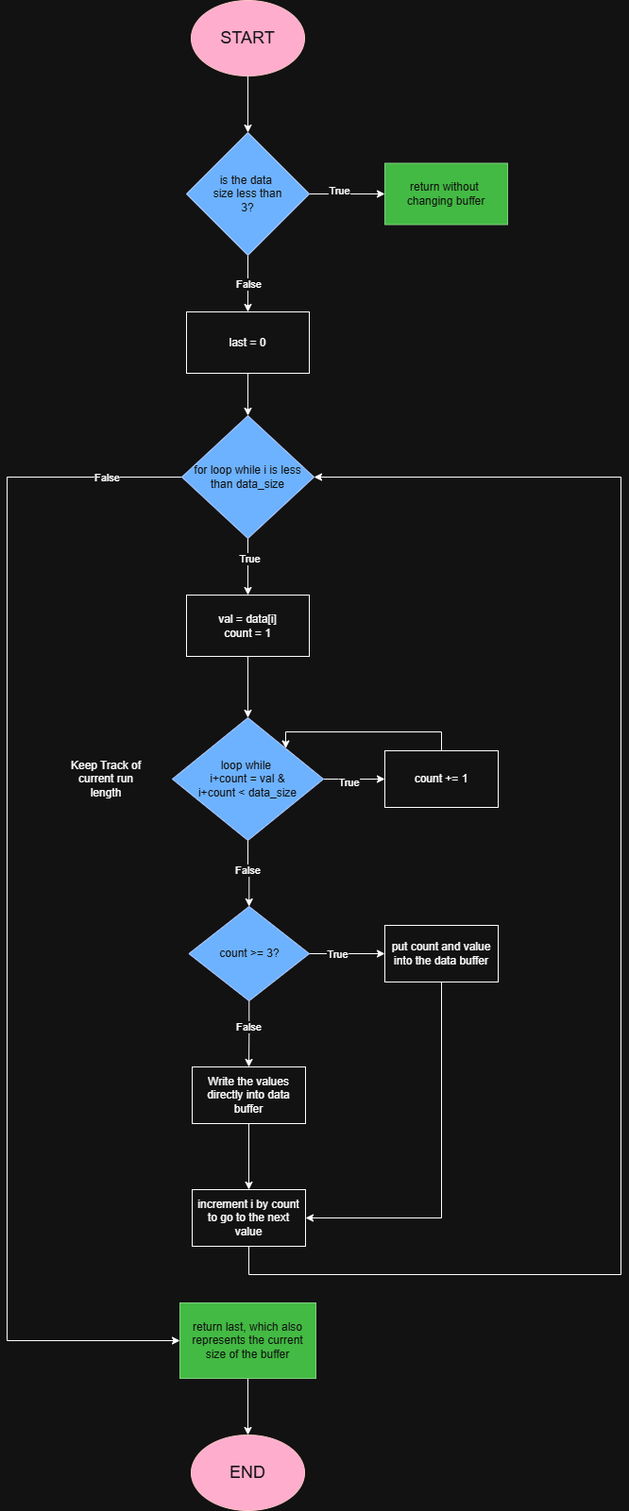
Earlier version of the draw.io export doc/compression_garmin.drawio.png (Captiosus510/compression_garmin). Source tidied: cells renumbered, new cells last; positions are measured from the earlier drawing's top-left corner, leaving out a move shared by most shapes. Its diagram source:
```xml
<mxGraphModel>
  <root>
    <mxCell id="0" />
    <mxCell id="1" parent="0" />
    <mxCell id="2" style="edgeStyle=orthogonalEdgeStyle;rounded=0;jettySize=auto;html=1;exitX=0.5;exitY=1;exitDx=0;exitDy=0;entryX=0.5;entryY=0;entryDx=0;entryDy=0;" parent="1" edge="1" source="3" target="10">
      <mxGeometry relative="1" as="geometry" />
    </mxCell>
    <mxCell id="3" value="&lt;font style=&quot;font-size: 18px;&quot;&gt;START&lt;/font&gt;" style="ellipse;whiteSpace=wrap;html=1;fillColor=#a20025;fontColor=#ffffff;strokeColor=#6F0000;" parent="1" vertex="1">
      <mxGeometry x="195" width="120" height="80" as="geometry" />
    </mxCell>
    <mxCell id="4" style="edgeStyle=orthogonalEdgeStyle;rounded=0;jettySize=auto;html=1;exitX=1;exitY=0.5;exitDx=0;exitDy=0;entryX=0;entryY=0.5;entryDx=0;entryDy=0;" parent="1" edge="1" source="10" target="11">
      <mxGeometry relative="1" as="geometry" />
    </mxCell>
    <mxCell id="5" value="True" style="edgeLabel;html=1;align=center;verticalAlign=middle;" parent="4" vertex="1">
      <mxGeometry x="-0.22" y="4" relative="1" as="geometry" />
    </mxCell>
    <mxCell id="6" style="edgeStyle=orthogonalEdgeStyle;rounded=0;jettySize=auto;html=1;exitX=0.5;exitY=1;exitDx=0;exitDy=0;entryX=0.5;entryY=0;entryDx=0;entryDy=0;" parent="1" edge="1" source="10" target="23">
      <mxGeometry relative="1" as="geometry" />
    </mxCell>
    <mxCell id="7" value="False" style="edgeLabel;html=1;align=center;verticalAlign=middle;" parent="6" vertex="1">
      <mxGeometry x="-0.35" y="-4" relative="1" as="geometry">
        <mxPoint x="4" y="11" as="offset" />
      </mxGeometry>
    </mxCell>
    <mxCell id="8" style="edgeStyle=orthogonalEdgeStyle;rounded=0;jettySize=auto;html=1;exitX=0;exitY=0.5;exitDx=0;exitDy=0;entryX=0;entryY=0.5;entryDx=0;entryDy=0;" parent="1" edge="1" source="14" target="39">
      <mxGeometry relative="1" as="geometry">
        <Array as="points">
          <mxPoint y="505" />
          <mxPoint y="1420" />
        </Array>
      </mxGeometry>
    </mxCell>
    <mxCell id="9" value="False" style="edgeLabel;html=1;align=center;verticalAlign=middle;" parent="8" vertex="1">
      <mxGeometry x="-0.9" y="-3" relative="1" as="geometry">
        <mxPoint x="-14" y="3" as="offset" />
      </mxGeometry>
    </mxCell>
    <mxCell id="10" value="is the data&amp;nbsp;&lt;br&gt;size less than&lt;br&gt;3?" style="rhombus;whiteSpace=wrap;html=1;fillColor=#0050ef;fontColor=#ffffff;strokeColor=#001DBC;" parent="1" vertex="1">
      <mxGeometry x="190" y="140" width="130" height="130" as="geometry" />
    </mxCell>
    <mxCell id="11" value="return without&amp;nbsp;&lt;br&gt;changing buffer" style="rounded=0;whiteSpace=wrap;html=1;fillColor=#008a00;fontColor=#ffffff;strokeColor=#005700;" parent="1" vertex="1">
      <mxGeometry x="400" y="172.5" width="130" height="65" as="geometry" />
    </mxCell>
    <mxCell id="12" style="edgeStyle=orthogonalEdgeStyle;rounded=0;jettySize=auto;html=1;exitX=0.5;exitY=1;exitDx=0;exitDy=0;entryX=0.5;entryY=0;entryDx=0;entryDy=0;" parent="1" edge="1" source="14" target="16">
      <mxGeometry relative="1" as="geometry" />
    </mxCell>
    <mxCell id="13" value="True" style="edgeLabel;html=1;align=center;verticalAlign=middle;" parent="12" vertex="1">
      <mxGeometry x="-0.29" y="1" relative="1" as="geometry" />
    </mxCell>
    <mxCell id="14" value="for loop while i is less than data_size" style="rhombus;whiteSpace=wrap;html=1;fillColor=#0050ef;fontColor=#ffffff;strokeColor=#001DBC;" parent="1" vertex="1">
      <mxGeometry x="185" y="440" width="140" height="130" as="geometry" />
    </mxCell>
    <mxCell id="15" style="edgeStyle=orthogonalEdgeStyle;rounded=0;jettySize=auto;html=1;exitX=0.5;exitY=1;exitDx=0;exitDy=0;entryX=0.5;entryY=0;entryDx=0;entryDy=0;" parent="1" edge="1" source="16" target="21">
      <mxGeometry relative="1" as="geometry" />
    </mxCell>
    <mxCell id="16" value="val = data[i]&lt;div&gt;count = 1&lt;/div&gt;" style="rounded=0;whiteSpace=wrap;html=1;" parent="1" vertex="1">
      <mxGeometry x="190" y="630" width="130" height="65" as="geometry" />
    </mxCell>
    <mxCell id="17" style="edgeStyle=orthogonalEdgeStyle;rounded=0;jettySize=auto;html=1;exitX=1;exitY=0.5;exitDx=0;exitDy=0;entryX=0;entryY=0.5;entryDx=0;entryDy=0;" parent="1" edge="1" source="21" target="25">
      <mxGeometry relative="1" as="geometry" />
    </mxCell>
    <mxCell id="18" value="True" style="edgeLabel;html=1;align=center;verticalAlign=middle;" parent="17" vertex="1">
      <mxGeometry x="-0.19" y="-3" relative="1" as="geometry" />
    </mxCell>
    <mxCell id="19" style="edgeStyle=orthogonalEdgeStyle;rounded=0;jettySize=auto;html=1;exitX=0.5;exitY=1;exitDx=0;exitDy=0;entryX=0.5;entryY=0;entryDx=0;entryDy=0;" parent="1" edge="1" source="21" target="31">
      <mxGeometry relative="1" as="geometry" />
    </mxCell>
    <mxCell id="20" value="False" style="edgeLabel;html=1;align=center;verticalAlign=middle;" parent="19" vertex="1">
      <mxGeometry x="-0.13" y="-1" relative="1" as="geometry" />
    </mxCell>
    <mxCell id="21" value="loop while&amp;nbsp;&lt;div&gt;i+count = val &amp;amp;&lt;/div&gt;&lt;div&gt;i+count &amp;lt; data_size&lt;/div&gt;" style="rhombus;whiteSpace=wrap;html=1;fillColor=#0050ef;fontColor=#ffffff;strokeColor=#001DBC;" parent="1" vertex="1">
      <mxGeometry x="175" y="760" width="160" height="130" as="geometry" />
    </mxCell>
    <mxCell id="22" style="edgeStyle=orthogonalEdgeStyle;rounded=0;jettySize=auto;html=1;exitX=0.5;exitY=1;exitDx=0;exitDy=0;entryX=0.5;entryY=0;entryDx=0;entryDy=0;" parent="1" edge="1" source="23" target="14">
      <mxGeometry relative="1" as="geometry" />
    </mxCell>
    <mxCell id="23" value="last = 0" style="rounded=0;whiteSpace=wrap;html=1;" parent="1" vertex="1">
      <mxGeometry x="190" y="330" width="130" height="65" as="geometry" />
    </mxCell>
    <mxCell id="24" style="edgeStyle=orthogonalEdgeStyle;rounded=0;jettySize=auto;html=1;exitX=0.5;exitY=0;exitDx=0;exitDy=0;entryX=1;entryY=0;entryDx=0;entryDy=0;" parent="1" edge="1" source="25" target="21">
      <mxGeometry relative="1" as="geometry">
        <Array as="points">
          <mxPoint x="460" y="775" />
          <mxPoint x="295" y="775" />
        </Array>
      </mxGeometry>
    </mxCell>
    <mxCell id="25" value="count += 1" style="rounded=0;whiteSpace=wrap;html=1;" parent="1" vertex="1">
      <mxGeometry x="400" y="795" width="120" height="60" as="geometry" />
    </mxCell>
    <mxCell id="26" value="Keep Track of current run length" style="text;html=1;whiteSpace=wrap;strokeColor=none;fillColor=none;align=center;verticalAlign=middle;rounded=0;" parent="1" vertex="1">
      <mxGeometry x="60" y="785" width="90" height="80" as="geometry" />
    </mxCell>
    <mxCell id="27" style="edgeStyle=orthogonalEdgeStyle;rounded=0;jettySize=auto;html=1;exitX=1;exitY=0.5;exitDx=0;exitDy=0;entryX=0;entryY=0.5;entryDx=0;entryDy=0;" parent="1" edge="1" source="31" target="33">
      <mxGeometry relative="1" as="geometry" />
    </mxCell>
    <mxCell id="28" value="True" style="edgeLabel;html=1;align=center;verticalAlign=middle;" parent="27" vertex="1">
      <mxGeometry x="-0.27" relative="1" as="geometry" />
    </mxCell>
    <mxCell id="29" style="edgeStyle=orthogonalEdgeStyle;rounded=0;jettySize=auto;html=1;exitX=0.5;exitY=1;exitDx=0;exitDy=0;entryX=0.5;entryY=0;entryDx=0;entryDy=0;" parent="1" edge="1" source="31" target="35">
      <mxGeometry relative="1" as="geometry" />
    </mxCell>
    <mxCell id="30" value="False" style="edgeLabel;html=1;align=center;verticalAlign=middle;" parent="29" vertex="1">
      <mxGeometry x="-0.22" y="-1" relative="1" as="geometry" />
    </mxCell>
    <mxCell id="31" value="count &amp;gt;= 3?" style="rhombus;whiteSpace=wrap;html=1;fillColor=#0050ef;fontColor=#ffffff;strokeColor=#001DBC;" parent="1" vertex="1">
      <mxGeometry x="192.5" y="960" width="127.5" height="100" as="geometry" />
    </mxCell>
    <mxCell id="32" style="edgeStyle=orthogonalEdgeStyle;rounded=0;jettySize=auto;html=1;exitX=0.5;exitY=1;exitDx=0;exitDy=0;entryX=1;entryY=0.5;entryDx=0;entryDy=0;" parent="1" edge="1" source="33" target="37">
      <mxGeometry relative="1" as="geometry" />
    </mxCell>
    <mxCell id="33" value="put count and value into the data buffer" style="rounded=0;whiteSpace=wrap;html=1;" parent="1" vertex="1">
      <mxGeometry x="400" y="980" width="120" height="60" as="geometry" />
    </mxCell>
    <mxCell id="34" style="edgeStyle=orthogonalEdgeStyle;rounded=0;jettySize=auto;html=1;exitX=0.5;exitY=1;exitDx=0;exitDy=0;entryX=0.5;entryY=0;entryDx=0;entryDy=0;" parent="1" edge="1" source="35" target="37">
      <mxGeometry relative="1" as="geometry" />
    </mxCell>
    <mxCell id="35" value="Write the values directly into data buffer" style="rounded=0;whiteSpace=wrap;html=1;" parent="1" vertex="1">
      <mxGeometry x="196" y="1130" width="120" height="60" as="geometry" />
    </mxCell>
    <mxCell id="36" style="edgeStyle=orthogonalEdgeStyle;rounded=0;jettySize=auto;html=1;exitX=0.5;exitY=1;exitDx=0;exitDy=0;entryX=1;entryY=0.5;entryDx=0;entryDy=0;" parent="1" edge="1" source="37" target="14">
      <mxGeometry relative="1" as="geometry">
        <Array as="points">
          <mxPoint x="256" y="1350" />
          <mxPoint x="650" y="1350" />
          <mxPoint x="650" y="505" />
        </Array>
      </mxGeometry>
    </mxCell>
    <mxCell id="37" value="increment i by count to go to the next value" style="rounded=0;whiteSpace=wrap;html=1;" parent="1" vertex="1">
      <mxGeometry x="196" y="1260" width="120" height="60" as="geometry" />
    </mxCell>
    <mxCell id="38" style="edgeStyle=orthogonalEdgeStyle;rounded=0;jettySize=auto;html=1;exitX=0.5;exitY=1;exitDx=0;exitDy=0;entryX=0.5;entryY=0;entryDx=0;entryDy=0;" parent="1" edge="1" source="39" target="40">
      <mxGeometry relative="1" as="geometry" />
    </mxCell>
    <mxCell id="39" value="return last, which also represents the current size of the buffer" style="rounded=0;whiteSpace=wrap;html=1;fillColor=#008a00;fontColor=#ffffff;strokeColor=#005700;" parent="1" vertex="1">
      <mxGeometry x="183" y="1380" width="144" height="80" as="geometry" />
    </mxCell>
    <mxCell id="40" value="&lt;font style=&quot;font-size: 18px;&quot;&gt;END&lt;/font&gt;" style="ellipse;whiteSpace=wrap;html=1;fillColor=#a20025;fontColor=#ffffff;strokeColor=#6F0000;" parent="1" vertex="1">
      <mxGeometry x="195" y="1520" width="120" height="80" as="geometry" />
    </mxCell>
  </root>
</mxGraphModel>
```
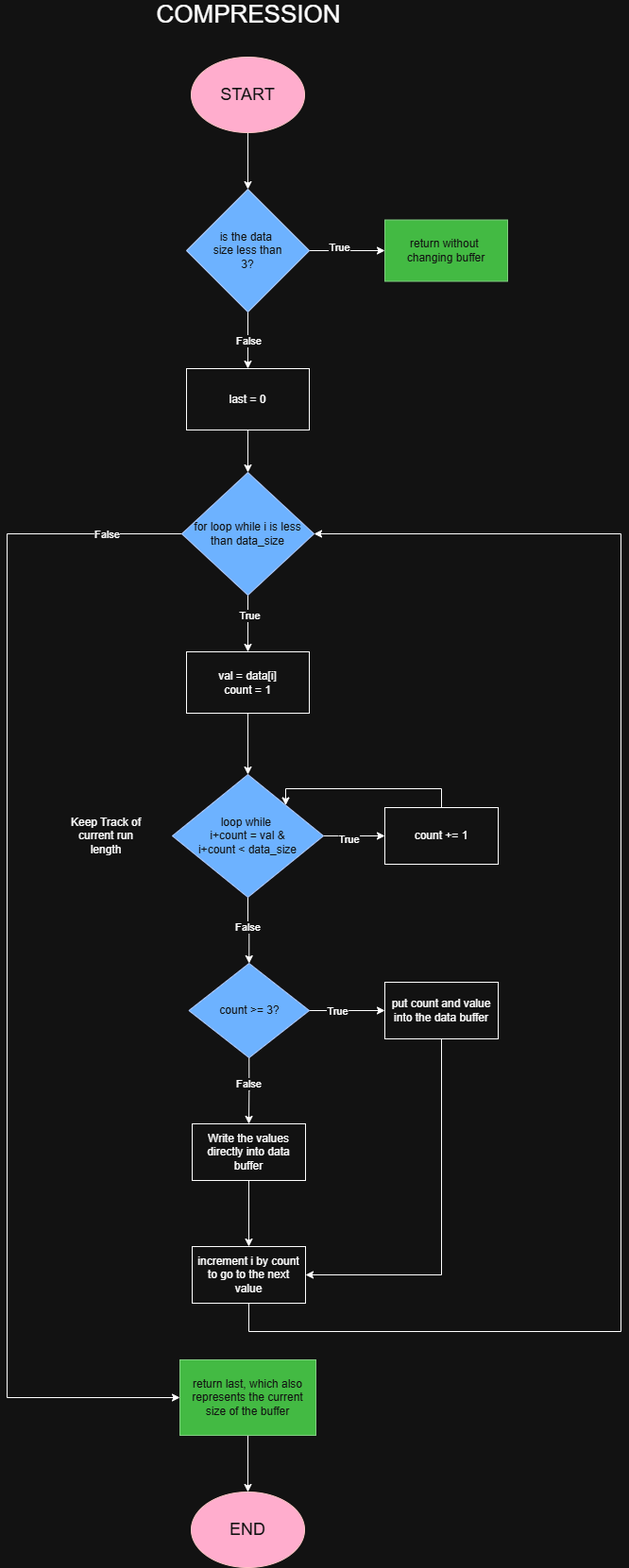
Above is the later version.

What changed in the source:
```diff
@@ -139,5 +139,8 @@
     <mxCell id="40" value="&lt;font style=&quot;font-size: 18px;&quot;&gt;END&lt;/font&gt;" style="ellipse;whiteSpace=wrap;html=1;fillColor=#a20025;fontColor=#ffffff;strokeColor=#6F0000;" parent="1" vertex="1">
       <mxGeometry x="195" y="1520" width="120" height="80" as="geometry" />
     </mxCell>
+    <mxCell id="41" value="&lt;font style=&quot;font-size: 26px;&quot;&gt;COMPRESSION&lt;/font&gt;" style="text;html=1;whiteSpace=wrap;strokeColor=none;fillColor=none;align=center;verticalAlign=middle;rounded=0;" parent="1" vertex="1">
+      <mxGeometry x="226.2" y="-60" width="60" height="30" as="geometry" />
+    </mxCell>
   </root>
 </mxGraphModel>
```
